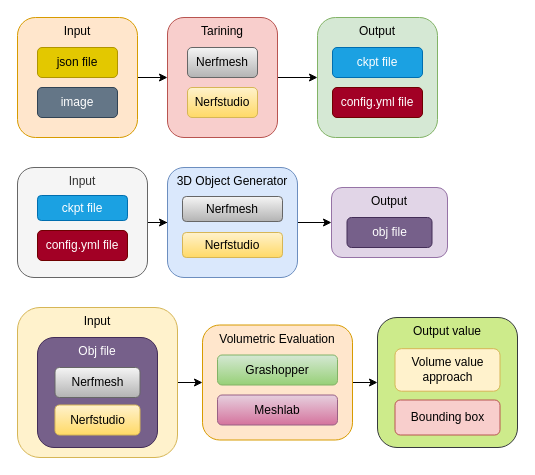
The draw.io diagram Diagram Tanpa Judul.drawio in nabilbachroin/draw.io_nabil, before the edit. Source tidied: cells renumbered, new cells numbered last; positions are measured from the earlier drawing's top-left corner, leaving out a move shared by most shapes. Both pictures are drawn from the tidied source at 100%, with x=0, y=0 at pixel (17, 17).
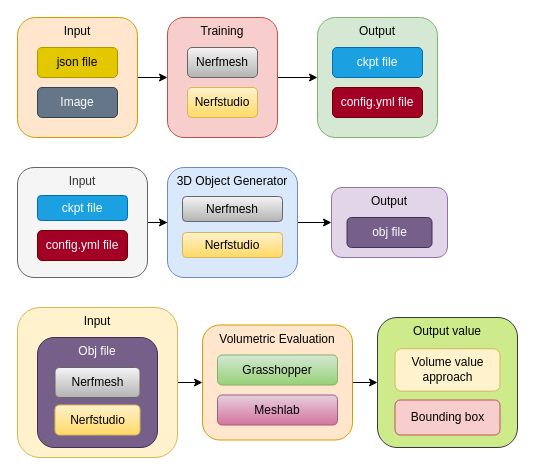
The same page after the edit.

Diff of the diagram source:
```diff
@@
-    <mxCell id="4" value="image" style="rounded=1;whiteSpace=wrap;html=1;fillColor=#647687;fontColor=#ffffff;strokeColor=#314354;" parent="1" vertex="1">
+    <mxCell id="4" value="Image" style="rounded=1;whiteSpace=wrap;html=1;fillColor=#647687;fontColor=#ffffff;strokeColor=#314354;" parent="1" vertex="1">
       <mxGeometry x="20" y="70" width="80" height="30" as="geometry" />
     </mxCell>
@@
-    <mxCell id="7" value="Tarining" style="rounded=1;whiteSpace=wrap;html=1;verticalAlign=top;fillColor=#f8cecc;strokeColor=#b85450;" parent="1" vertex="1">
+    <mxCell id="7" value="Training" style="rounded=1;whiteSpace=wrap;html=1;verticalAlign=top;fillColor=#f8cecc;strokeColor=#b85450;" parent="1" vertex="1">
       <mxGeometry x="150" width="110" height="120" as="geometry" />
     </mxCell>
@@
-    <mxCell id="27" value="Grashopper" style="rounded=1;whiteSpace=wrap;html=1;fillColor=#d5e8d4;gradientColor=#97d077;strokeColor=#82b366;" parent="1" vertex="1">
+    <mxCell id="27" value="Grasshopper" style="rounded=1;whiteSpace=wrap;html=1;fillColor=#d5e8d4;gradientColor=#97d077;strokeColor=#82b366;" parent="1" vertex="1">
       <mxGeometry x="200" y="337.5" width="120" height="30" as="geometry" />
     </mxCell>
```
